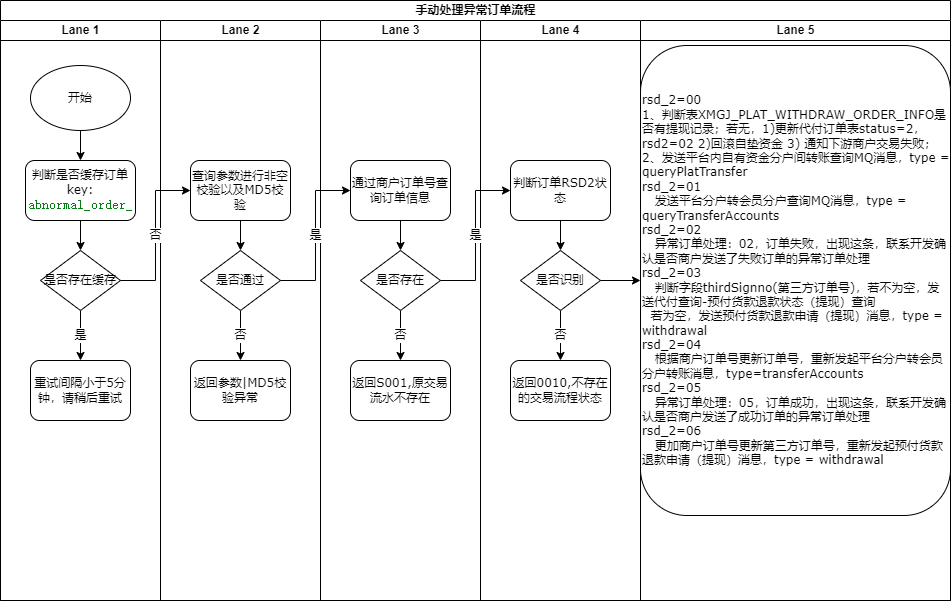
Earlier version of the draw.io export 异常订单手动处理流程.drawio.png (songyibo2019/mydiagrams). Source tidied: cells renumbered, new cells last; positions are measured from the earlier drawing's top-left corner, leaving out a move shared by most shapes.
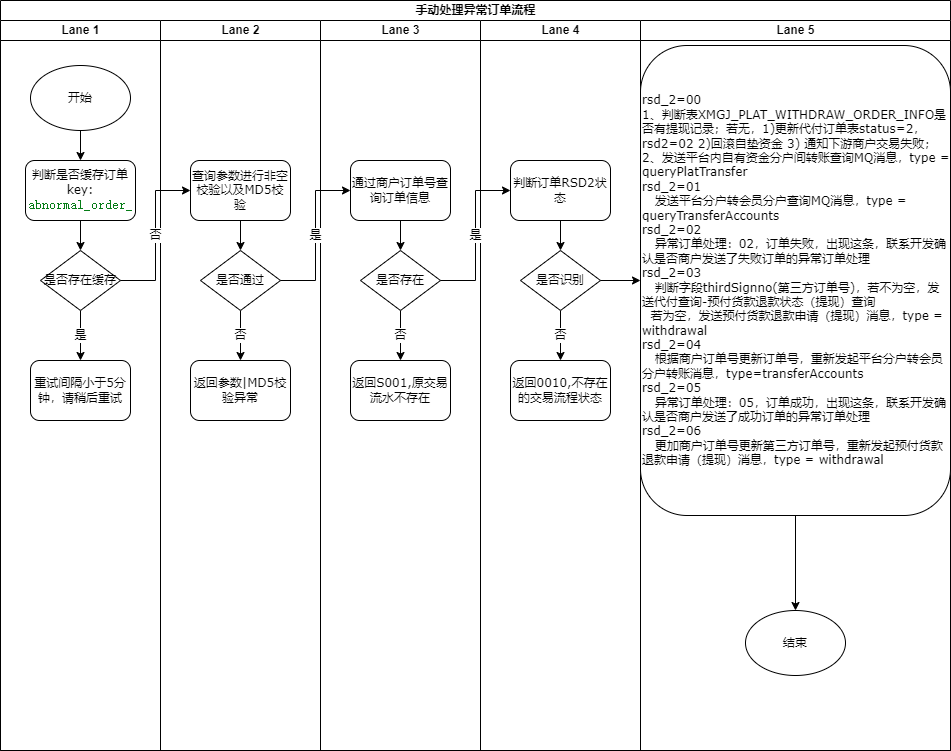
After the commit.

Commit message:
Update 异常订单手动处理流程.drawio.png

Diff of the diagram source:
```diff
@@ -3,10 +3,10 @@
     <mxCell id="0" />
     <mxCell id="1" parent="0" />
     <mxCell id="2" value="手动处理异常订单流程" style="swimlane;html=1;startSize=20;rounded=0;shadow=0;labelBackgroundColor=none;strokeWidth=1;fontFamily=Verdana;fontSize=8;align=center;" parent="1" vertex="1">
-      <mxGeometry width="950" height="600" as="geometry" />
+      <mxGeometry width="950" height="750" as="geometry" />
     </mxCell>
     <mxCell id="3" value="Lane 1" style="swimlane;html=1;startSize=20;" parent="2" vertex="1">
-      <mxGeometry y="20" width="160" height="580" as="geometry" />
+      <mxGeometry y="20" width="160" height="730" as="geometry" />
     </mxCell>
     <mxCell id="4" style="edgeStyle=orthogonalEdgeStyle;rounded=0;jettySize=auto;html=1;exitX=0.5;exitY=1;exitDx=0;exitDy=0;entryX=0.5;entryY=0;entryDx=0;entryDy=0;" parent="3" edge="1" source="5" target="9">
       <mxGeometry relative="1" as="geometry" />
@@ -30,7 +30,7 @@
       <mxGeometry x="30" y="340" width="100" height="60" as="geometry" />
     </mxCell>
     <mxCell id="11" value="Lane 2" style="swimlane;html=1;startSize=20;" parent="2" vertex="1">
-      <mxGeometry x="160" y="20" width="160" height="580" as="geometry" />
+      <mxGeometry x="160" y="20" width="160" height="730" as="geometry" />
     </mxCell>
     <mxCell id="12" style="edgeStyle=orthogonalEdgeStyle;rounded=0;jettySize=auto;html=1;exitX=0.5;exitY=1;exitDx=0;exitDy=0;fontSize=11;" parent="11" edge="1" source="13" target="15">
       <mxGeometry relative="1" as="geometry" />
@@ -48,7 +48,7 @@
       <mxGeometry x="30" y="340" width="100" height="60" as="geometry" />
     </mxCell>
     <mxCell id="17" value="Lane 3" style="swimlane;html=1;startSize=20;" parent="2" vertex="1">
-      <mxGeometry x="320" y="20" width="160" height="580" as="geometry" />
+      <mxGeometry x="320" y="20" width="160" height="730" as="geometry" />
     </mxCell>
     <mxCell id="18" style="edgeStyle=orthogonalEdgeStyle;rounded=0;jettySize=auto;html=1;exitX=0.5;exitY=1;exitDx=0;exitDy=0;entryX=0.5;entryY=0;entryDx=0;entryDy=0;fontSize=11;" parent="17" edge="1" source="19" target="21">
       <mxGeometry relative="1" as="geometry" />
@@ -66,7 +66,7 @@
       <mxGeometry x="30" y="340" width="100" height="60" as="geometry" />
     </mxCell>
     <mxCell id="23" value="Lane 4" style="swimlane;html=1;startSize=20;" parent="2" vertex="1">
-      <mxGeometry x="480" y="20" width="160" height="580" as="geometry" />
+      <mxGeometry x="480" y="20" width="160" height="730" as="geometry" />
     </mxCell>
     <mxCell id="24" style="edgeStyle=orthogonalEdgeStyle;rounded=0;jettySize=auto;html=1;exitX=0.5;exitY=1;exitDx=0;exitDy=0;entryX=0.5;entryY=0;entryDx=0;entryDy=0;fontSize=11;" parent="23" edge="1" source="25" target="27">
       <mxGeometry relative="1" as="geometry" />
@@ -84,11 +84,17 @@
       <mxGeometry x="30" y="340" width="100" height="60" as="geometry" />
     </mxCell>
     <mxCell id="29" value="Lane 5" style="swimlane;html=1;startSize=20;" parent="2" vertex="1">
-      <mxGeometry x="640" y="20" width="310" height="580" as="geometry" />
+      <mxGeometry x="640" y="20" width="310" height="730" as="geometry" />
     </mxCell>
+    <mxCell id="35" style="edgeStyle=orthogonalEdgeStyle;rounded=0;jettySize=auto;html=1;exitX=0.5;exitY=1;exitDx=0;exitDy=0;entryX=0.5;entryY=0;entryDx=0;entryDy=0;fontSize=11;" parent="29" edge="1" source="30" target="36">
+      <mxGeometry relative="1" as="geometry" />
+    </mxCell>
     <mxCell id="30" value="&lt;div&gt;&lt;span style=&quot;font-size: 8px&quot;&gt;rsd_2=00&lt;/span&gt;&lt;/div&gt;&lt;div&gt;&lt;span style=&quot;font-size: 8px&quot;&gt;1、判断表XMGJ_PLAT_WITHDRAW_ORDER_INFO是否有提现记录；若无，1)更新代付订单表status=2，rsd2=02 2)回滚自垫资金 3) 通知下游商户交易失败；&lt;/span&gt;&lt;/div&gt;&lt;div&gt;&lt;span style=&quot;font-size: 8px&quot;&gt;2、发送平台内自有资金分户间转账查询MQ消息，type = queryPlatTransfer&lt;/span&gt;&lt;/div&gt;&lt;div&gt;&lt;span style=&quot;font-size: 8px&quot;&gt;rsd_2=01&lt;/span&gt;&lt;/div&gt;&lt;div&gt;&lt;span style=&quot;font-size: 8px&quot;&gt;&amp;nbsp; &amp;nbsp;发送平台分户转会员分户查询MQ消息，type = queryTransferAccounts&lt;/span&gt;&lt;/div&gt;&lt;div&gt;&lt;span style=&quot;font-size: 8px&quot;&gt;rsd_2=02&lt;/span&gt;&lt;/div&gt;&lt;div&gt;&lt;span style=&quot;font-size: 8px&quot;&gt;&amp;nbsp; &amp;nbsp;异常订单处理：02，订单失败，出现这条，联系开发确认是否商户发送了失败订单的异常订单处理&lt;/span&gt;&lt;/div&gt;&lt;div&gt;&lt;span style=&quot;font-size: 8px&quot;&gt;rsd_2=03&lt;/span&gt;&lt;/div&gt;&lt;div&gt;&lt;span style=&quot;font-size: 8px&quot;&gt;&amp;nbsp; &amp;nbsp;判断字段thirdSignno(第三方订单号)，若不为空，发送代付查询-预付货款退款状态（提现）查询&lt;/span&gt;&lt;/div&gt;&lt;div&gt;&lt;span style=&quot;font-size: 8px&quot;&gt;&lt;span&gt;&#9;&#9;&#9;&#9;&#9;&#9;&#9;&#9;&#9;&lt;/span&gt;&amp;nbsp; 若为空，发送预付货款退款申请（提现）消息，type = withdrawal&lt;/span&gt;&lt;/div&gt;&lt;div&gt;&lt;span style=&quot;font-size: 8px&quot;&gt;rsd_2=04&lt;/span&gt;&lt;/div&gt;&lt;div&gt;&lt;span style=&quot;font-size: 8px&quot;&gt;&amp;nbsp; &amp;nbsp;根据商户订单号更新订单号，重新发起平台分户转会员分户转账消息，type=transferAccounts&lt;/span&gt;&lt;/div&gt;&lt;div&gt;&lt;span style=&quot;font-size: 8px&quot;&gt;rsd_2=05&lt;/span&gt;&lt;/div&gt;&lt;div&gt;&lt;span style=&quot;font-size: 8px&quot;&gt;&amp;nbsp; &amp;nbsp;异常订单处理：05，订单成功，出现这条，联系开发确认是否商户发送了成功订单的异常订单处理&lt;/span&gt;&lt;/div&gt;&lt;div&gt;&lt;span style=&quot;font-size: 8px&quot;&gt;rsd_2=06&lt;/span&gt;&lt;/div&gt;&lt;div&gt;&lt;span style=&quot;font-size: 8px&quot;&gt;&amp;nbsp; &amp;nbsp;更加商户订单号更新第三方订单号，重新发起预付货款退款申请（提现）消息，type = withdrawal&lt;/span&gt;&lt;/div&gt;" style="rounded=1;whiteSpace=wrap;html=1;shadow=0;labelBackgroundColor=none;strokeWidth=1;fontFamily=Verdana;fontSize=8;align=left;" parent="29" vertex="1">
       <mxGeometry y="25" width="310" height="470" as="geometry" />
     </mxCell>
+    <mxCell id="36" value="结束" style="ellipse;whiteSpace=wrap;html=1;" parent="29" vertex="1">
+      <mxGeometry x="105" y="590" width="100" height="65" as="geometry" />
+    </mxCell>
     <mxCell id="31" value="否" style="edgeStyle=orthogonalEdgeStyle;rounded=0;jettySize=auto;html=1;exitX=1;exitY=0.5;exitDx=0;exitDy=0;entryX=0;entryY=0.5;entryDx=0;entryDy=0;fontSize=11;" parent="2" edge="1" source="9" target="13">
       <mxGeometry relative="1" as="geometry" />
     </mxCell>
```
